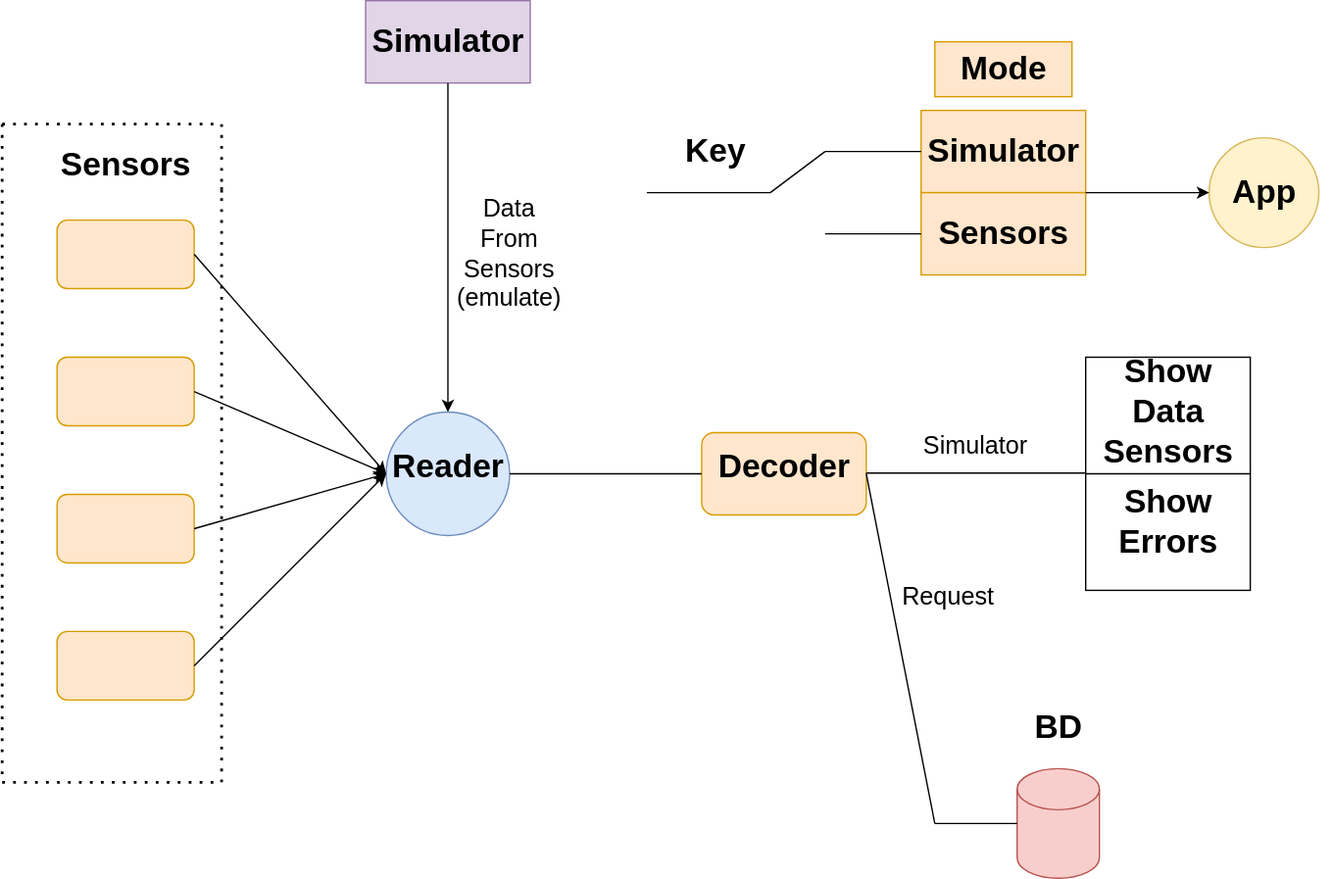
Before: TelemetryCar.drawio.svg, a diagram exported from draw.io (stalkeronag/CollectorTelemetryCar). Source tidied: cells renumbered, new cells last; positions are measured from the earlier drawing's top-left corner, leaving out a move shared by most shapes.
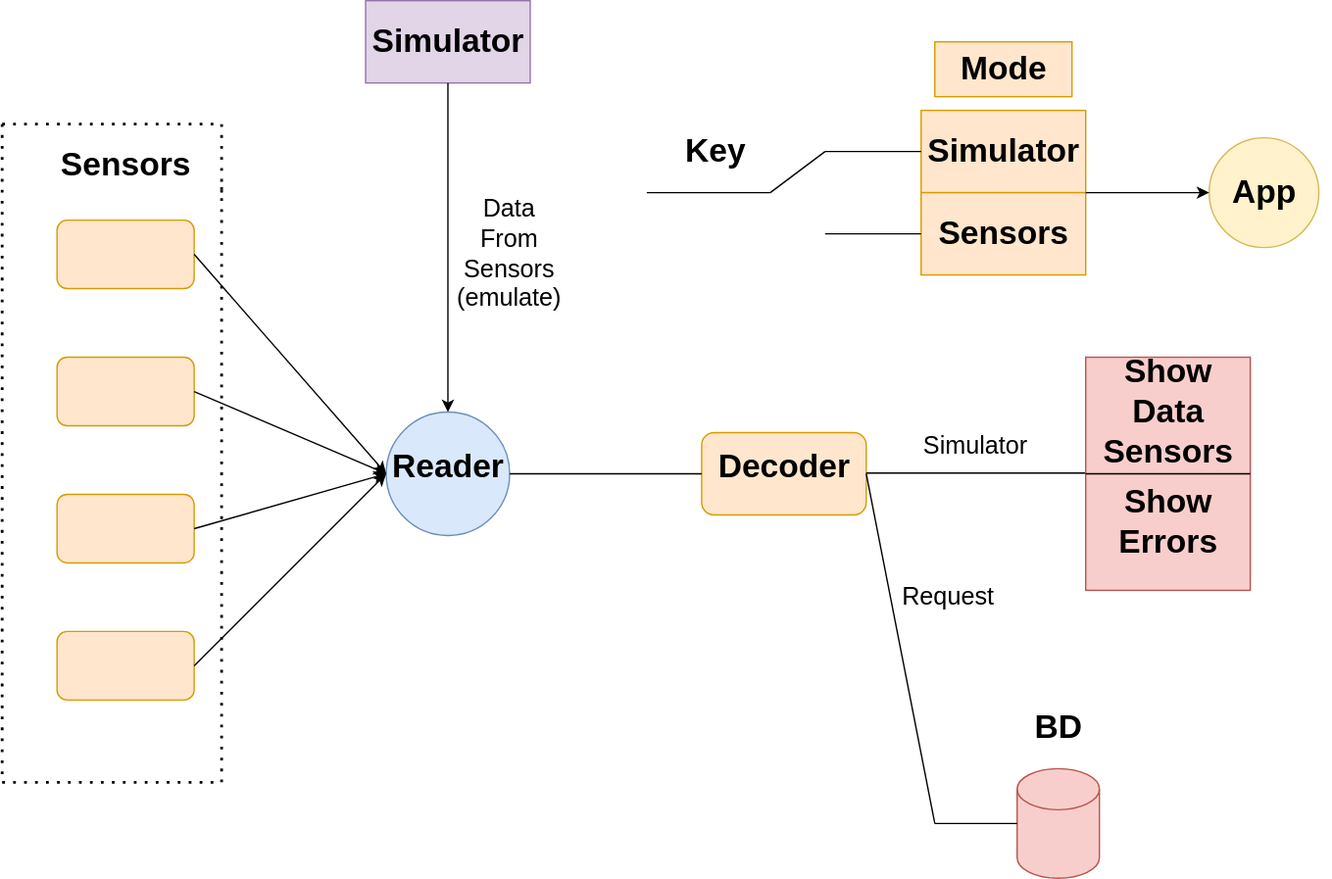
Above is the later version.

The edit, as a diff of the source:
```diff
@@ -160,7 +160,7 @@
         <mxPoint x="630" y="344.5" as="targetPoint" />
       </mxGeometry>
     </mxCell>
-    <mxCell id="44" style="rounded=0;whiteSpace=wrap;html=1;" parent="1" vertex="1">
+    <mxCell id="44" style="rounded=0;whiteSpace=wrap;html=1;fillColor=#f8cecc;strokeColor=#b85450;" parent="1" vertex="1">
       <mxGeometry x="790" y="260" width="120" height="170" as="geometry" />
     </mxCell>
     <mxCell id="45" value="Show&lt;br&gt;Data&lt;br&gt;Sensors" style="text;strokeColor=none;fillColor=none;html=1;fontSize=24;fontStyle=1;verticalAlign=middle;align=center;" parent="1" vertex="1">
```
